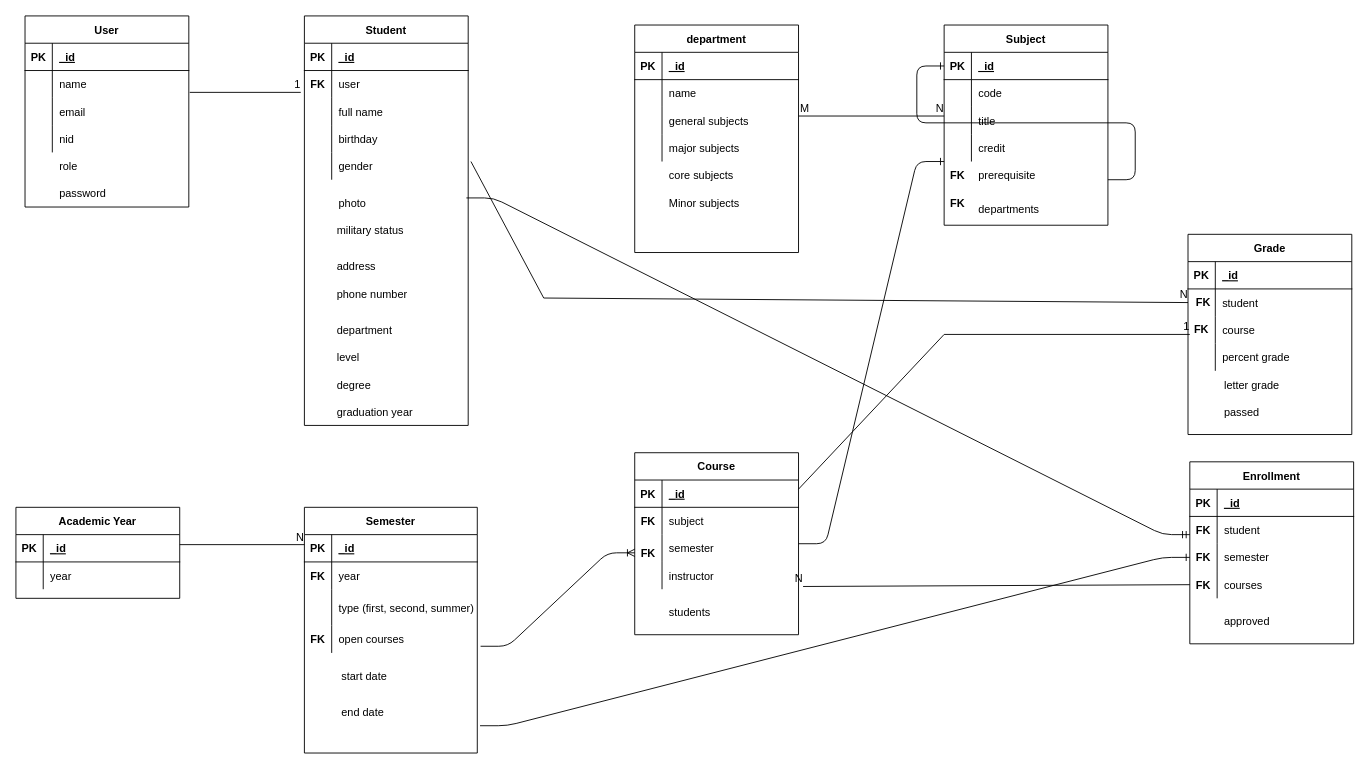
The draw.io diagram backend/uml.drawio in fadibeshay/FSSR-Enrollment, before the edit. Source tidied: cells renumbered, new cells numbered last; positions are measured from the earlier drawing's top-left corner, leaving out a move shared by most shapes. Both pictures are drawn from the tidied source at 91%, with x=0, y=0 at pixel (15, 15).
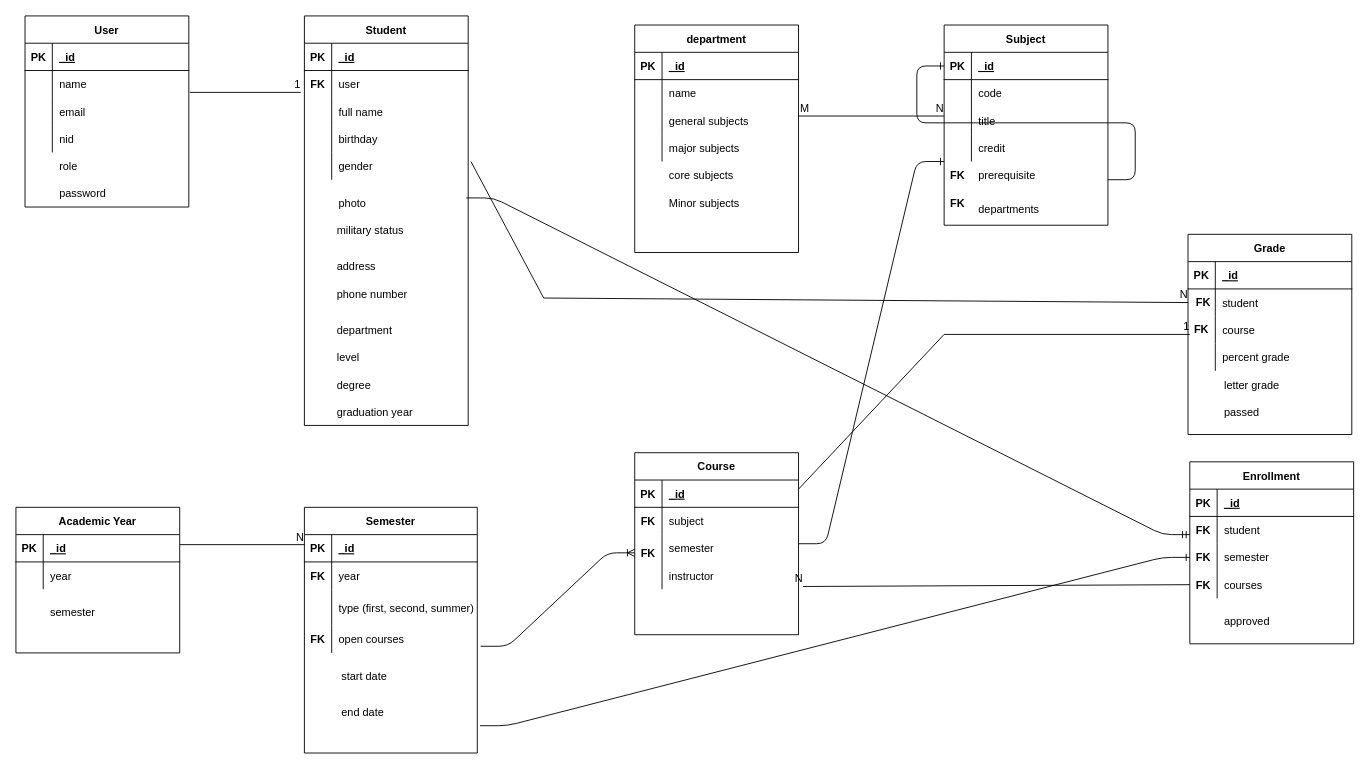
Above is the later version.

The change refers to these unchanged cells:
```xml
<mxCell id="185" style="shape=partialRectangle;fillColor=none;top=0;left=0;bottom=0;right=0;" parent="1" vertex="1">
  <mxGeometry x="680" y="640" width="180" height="30" as="geometry" />
</mxCell>
```

The edit, as a diff of the source:
```diff
@@
     <mxCell id="43" value="Academic Year" style="shape=table;startSize=30;childLayout=tableLayout;rowLines=0;fontStyle=1;align=center;" parent="1" vertex="1">
-      <mxGeometry y="540" width="180" height="100" as="geometry" />
+      <mxGeometry y="540" width="180" height="160" as="geometry" />
     </mxCell>
@@
-    <mxCell id="187" value="students" style="shape=partialRectangle;fillColor=none;top=0;left=0;bottom=0;right=0;align=left;spacingLeft=6;overflow=hidden;" parent="185" vertex="1">
-      <mxGeometry x="30" width="150" height="30" as="geometry" />
+    <mxCell id="187" style="shape=partialRectangle;fillColor=none;top=0;left=0;bottom=0;right=0;" parent="1" vertex="1">
+      <mxGeometry y="640" width="180" height="30" as="geometry" />
     </mxCell>
+    <mxCell id="188" style="shape=partialRectangle;fillColor=none;top=0;left=0;bottom=0;right=0;overflow=hidden;" parent="187" vertex="1">
+      <mxGeometry width="30" height="30" as="geometry" />
+    </mxCell>
+    <mxCell id="189" value="semester" style="shape=partialRectangle;fillColor=none;top=0;left=0;bottom=0;right=0;align=left;spacingLeft=6;overflow=hidden;" parent="187" vertex="1">
+      <mxGeometry x="30" width="150" height="30" as="geometry" />
+    </mxCell>
```
